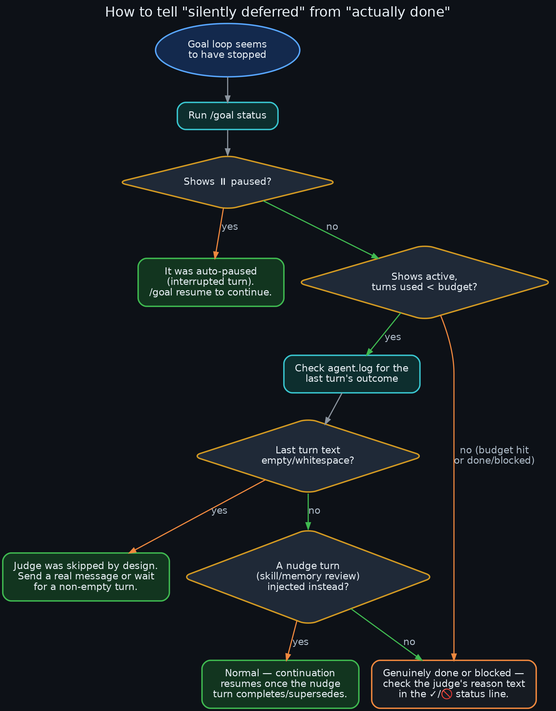
Earlier version of the Graphviz export diagrams/06_howto.png (danindiana/hermes-goal-loop-deferral). Its source is kept beside it as diagrams/06_howto.dot. Source of this version:
```dot
digraph howto {
    graph [bgcolor="#0d1117", rankdir=TB, fontname="Helvetica",
           fontcolor="#e6edf3", labelloc="t", fontsize=20,
           label="How to tell \"silently deferred\" from \"actually done\""];
    node  [fontname="Helvetica", fontcolor="#e6edf3", color="#30363d",
           style="filled,rounded", shape=box, penwidth=2, margin="0.22,0.16",
           fillcolor="#161b22"];
    edge  [color="#8b949e", fontname="Helvetica", fontcolor="#adbac7",
           penwidth=1.6, arrowsize=0.9];

    start [label="Goal loop seems\nto have stopped", shape=oval, color="#58a6ff", fillcolor="#13294d"];
    check1 [label="Run /goal status", color="#39c5cf", fillcolor="#0d2e2e"];
    r1 [label="Shows ⏸ paused?", shape=diamond, color="#d29922", fillcolor="#1f2937"];
    a1 [label="It was auto-paused\n(interrupted turn).\n/goal resume to continue.", color="#3fb950", fillcolor="#12351f"];
    r2 [label="Shows active,\nturns used < budget?", shape=diamond, color="#d29922", fillcolor="#1f2937"];
    check2 [label="Check agent.log for the\nlast turn's outcome", color="#39c5cf", fillcolor="#0d2e2e"];
    r3 [label="Last turn text\nempty/whitespace?", shape=diamond, color="#d29922", fillcolor="#1f2937"];
    a3 [label="Judge was skipped by design.\nSend a real message or wait\nfor a non-empty turn.", color="#3fb950", fillcolor="#12351f"];
    r4 [label="A nudge turn\n(skill/memory review)\ninjected instead?", shape=diamond, color="#d29922", fillcolor="#1f2937"];
    a4 [label="Normal — continuation\nresumes once the nudge\nturn completes/supersedes.", color="#3fb950", fillcolor="#12351f"];
    a5 [label="Genuinely done or blocked —\ncheck the judge's reason text\nin the ✓/🚫 status line.", color="#f0883e", fillcolor="#161b22"];

    start -> check1 -> r1;
    r1 -> a1 [label="yes", color="#f0883e"];
    r1 -> r2 [label="no", color="#3fb950"];
    r2 -> check2 [label="yes", color="#3fb950"];
    r2 -> a5 [label="no (budget hit\nor done/blocked)", color="#f0883e"];
    check2 -> r3;
    r3 -> a3 [label="yes", color="#f0883e"];
    r3 -> r4 [label="no", color="#3fb950"];
    r4 -> a4 [label="yes", color="#f0883e"];
    r4 -> a5 [label="no", color="#3fb950"];
}
```
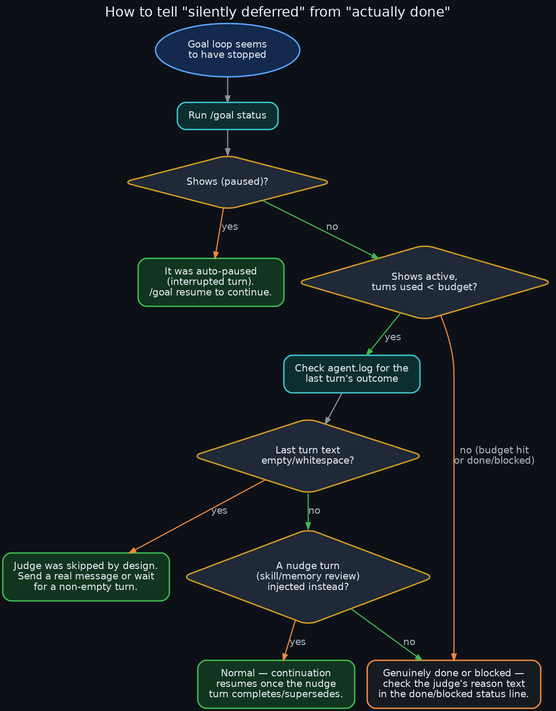
After the change.

Commit message:
Fix 06_howto diagram: replace emoji glyphs with plain text for CI font portability

Change to the diagram source:
```diff
@@ -10,7 +10,7 @@
 
     start [label="Goal loop seems\nto have stopped", shape=oval, color="#58a6ff", fillcolor="#13294d"];
     check1 [label="Run /goal status", color="#39c5cf", fillcolor="#0d2e2e"];
-    r1 [label="Shows ⏸ paused?", shape=diamond, color="#d29922", fillcolor="#1f2937"];
+    r1 [label="Shows (paused)?", shape=diamond, color="#d29922", fillcolor="#1f2937"];
     a1 [label="It was auto-paused\n(interrupted turn).\n/goal resume to continue.", color="#3fb950", fillcolor="#12351f"];
     r2 [label="Shows active,\nturns used < budget?", shape=diamond, color="#d29922", fillcolor="#1f2937"];
     check2 [label="Check agent.log for the\nlast turn's outcome", color="#39c5cf", fillcolor="#0d2e2e"];
@@ -18,7 +18,7 @@
     a3 [label="Judge was skipped by design.\nSend a real message or wait\nfor a non-empty turn.", color="#3fb950", fillcolor="#12351f"];
     r4 [label="A nudge turn\n(skill/memory review)\ninjected instead?", shape=diamond, color="#d29922", fillcolor="#1f2937"];
     a4 [label="Normal — continuation\nresumes once the nudge\nturn completes/supersedes.", color="#3fb950", fillcolor="#12351f"];
-    a5 [label="Genuinely done or blocked —\ncheck the judge's reason text\nin the ✓/🚫 status line.", color="#f0883e", fillcolor="#161b22"];
+    a5 [label="Genuinely done or blocked —\ncheck the judge's reason text\nin the done/blocked status line.", color="#f0883e", fillcolor="#161b22"];
 
     start -> check1 -> r1;
     r1 -> a1 [label="yes", color="#f0883e"];
```
